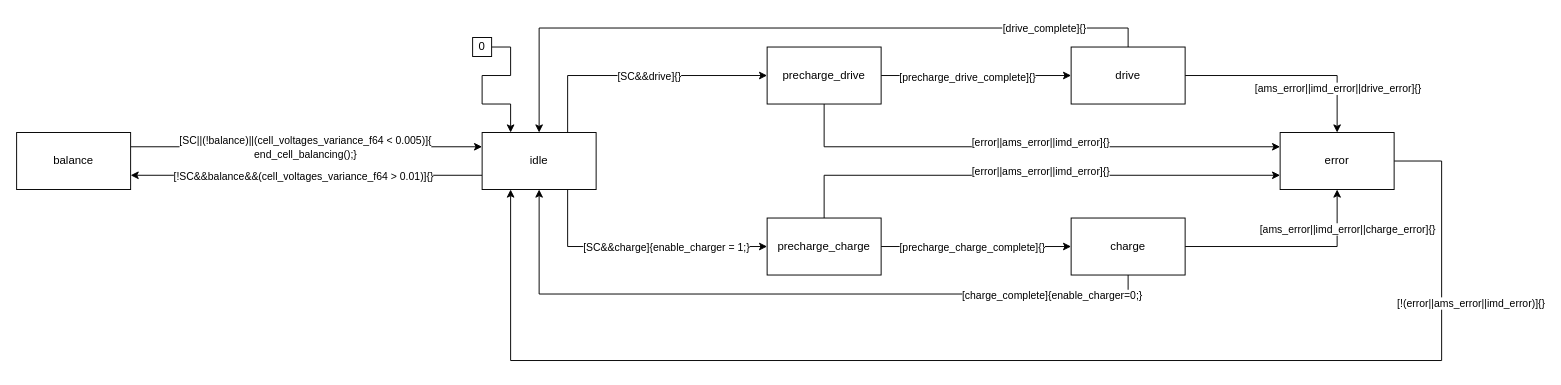
Earlier version of the draw.io diagram page "ams" (1 of 7) of xver/xsm/XML/graph.drawio (osceri/AMS-CC). Source tidied: cells renumbered, new cells numbered last; positions are measured from the earlier drawing's top-left corner, leaving out a move shared by most shapes. Both pictures are drawn from the tidied source at 95%, with x=0, y=0 at pixel (16, 37).
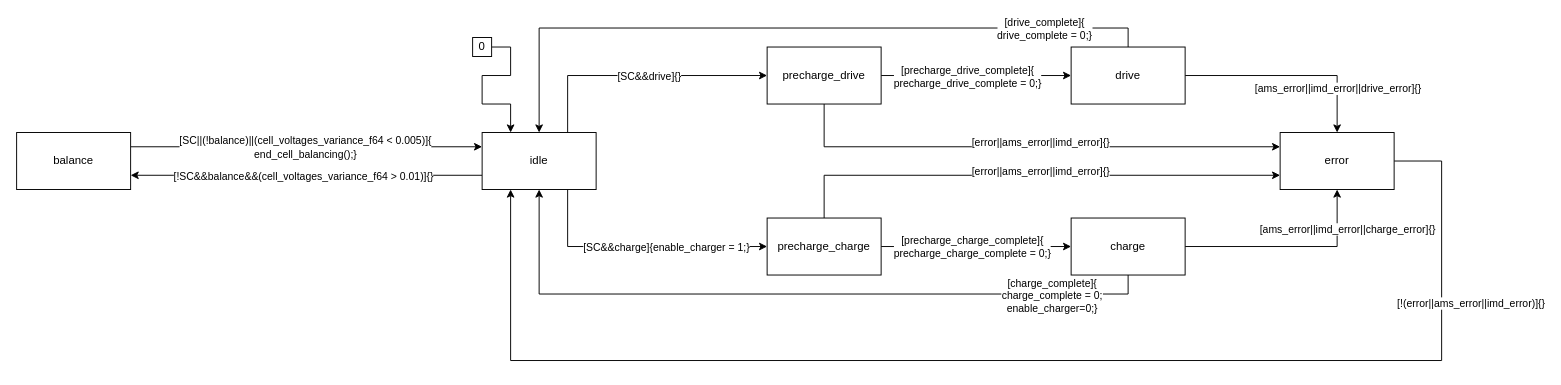
The same diagram, later.

The change refers to these unchanged cells:
```xml
<mxCell id="2" style="edgeStyle=orthogonalEdgeStyle;rounded=0;jettySize=auto;html=1;exitX=1;exitY=0.5;exitDx=0;exitDy=0;entryX=0;entryY=0.5;entryDx=0;entryDy=0;" parent="1" edge="1" source="6" target="21">
  <mxGeometry relative="1" as="geometry" />
</mxCell>
<mxCell id="7" style="edgeStyle=orthogonalEdgeStyle;rounded=0;jettySize=auto;html=1;exitX=1;exitY=0.5;exitDx=0;exitDy=0;entryX=0;entryY=0.5;entryDx=0;entryDy=0;" parent="1" edge="1" source="11" target="16">
  <mxGeometry relative="1" as="geometry" />
</mxCell>
<mxCell id="14" style="edgeStyle=orthogonalEdgeStyle;rounded=0;jettySize=auto;html=1;exitX=0.5;exitY=1;exitDx=0;exitDy=0;entryX=0.5;entryY=1;entryDx=0;entryDy=0;" parent="1" edge="1" source="16" target="31">
  <mxGeometry relative="1" as="geometry" />
</mxCell>
<mxCell id="19" style="edgeStyle=orthogonalEdgeStyle;rounded=0;jettySize=auto;html=1;exitX=0.5;exitY=0;exitDx=0;exitDy=0;entryX=0.5;entryY=0;entryDx=0;entryDy=0;" parent="1" edge="1" source="21" target="31">
  <mxGeometry relative="1" as="geometry" />
</mxCell>
```

What changed in the source:
```diff
@@
-    <mxCell id="3" value="[precharge_drive_complete]{}" style="edgeLabel;html=1;align=center;verticalAlign=middle;" parent="2" vertex="1">
+    <mxCell id="3" value="&lt;div&gt;[precharge_drive_complete]{&lt;/div&gt;&lt;div&gt;precharge_drive_complete = 0;}&lt;/div&gt;" style="edgeLabel;html=1;align=center;verticalAlign=middle;" parent="2" vertex="1">
       <mxGeometry x="-0.1" y="-1" relative="1" as="geometry" />
     </mxCell>
@@
-    <mxCell id="8" value="[precharge_charge_complete]{}" style="edgeLabel;html=1;align=center;verticalAlign=middle;" parent="7" vertex="1">
+    <mxCell id="8" value="&lt;div&gt;[precharge_charge_complete]{&lt;/div&gt;&lt;div&gt;precharge_charge_complete = 0;}&lt;/div&gt;" style="edgeLabel;html=1;align=center;verticalAlign=middle;" parent="7" vertex="1">
       <mxGeometry x="-0.05" relative="1" as="geometry" />
     </mxCell>
@@
-    <mxCell id="15" value="[charge_complete]{enable_charger=0;}" style="edgeLabel;html=1;align=center;verticalAlign=middle;" parent="14" vertex="1">
+    <mxCell id="15" value="&lt;div&gt;[charge_complete]{&lt;/div&gt;&lt;div&gt;charge_complete = 0;&lt;br&gt;&lt;/div&gt;&lt;div&gt;enable_charger=0;}&lt;/div&gt;" style="edgeLabel;html=1;align=center;verticalAlign=middle;" parent="14" vertex="1">
       <mxGeometry x="-0.73" y="1" relative="1" as="geometry" />
     </mxCell>
@@
-    <mxCell id="20" value="[drive_complete]{}" style="edgeLabel;html=1;align=center;verticalAlign=middle;" parent="19" vertex="1">
+    <mxCell id="20" value="&lt;div&gt;[drive_complete]{&lt;/div&gt;&lt;div&gt;drive_complete = 0;}&lt;/div&gt;" style="edgeLabel;html=1;align=center;verticalAlign=middle;" parent="19" vertex="1">
       <mxGeometry x="-0.71" relative="1" as="geometry" />
     </mxCell>
```
